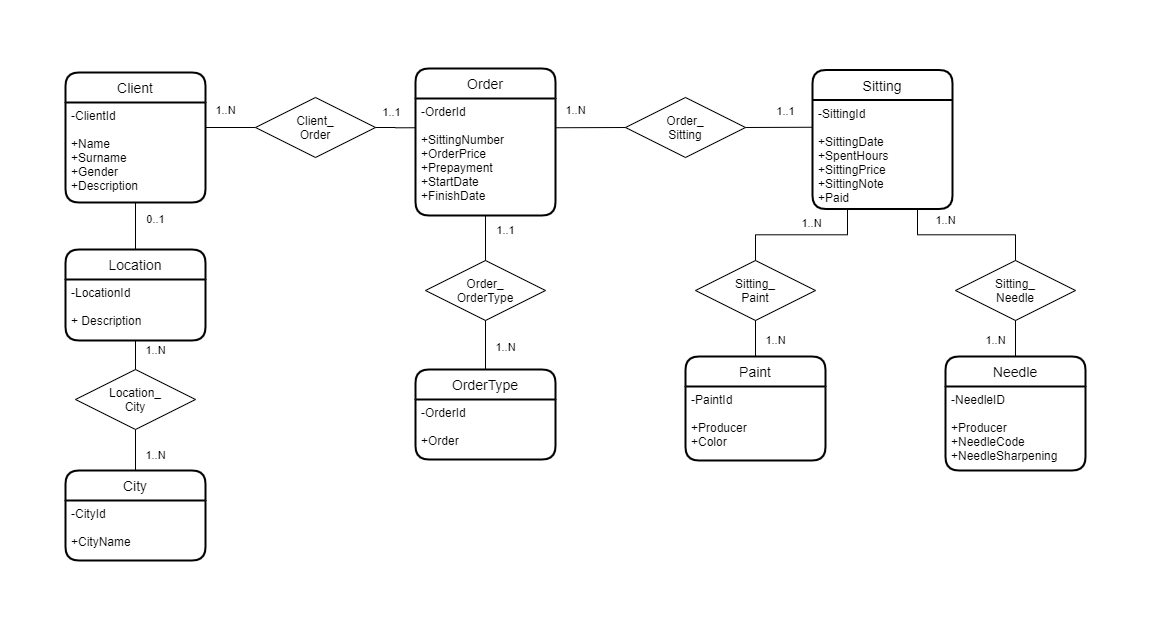
This is src/main/resources/database/EntityRelationship/MaxTattooER.png from Anathan24/MaxTattoo, a draw.io export, as it was before one commit. Source tidied: cells renumbered, new cells last; positions are measured from the earlier drawing's top-left corner, leaving out a move shared by most shapes.
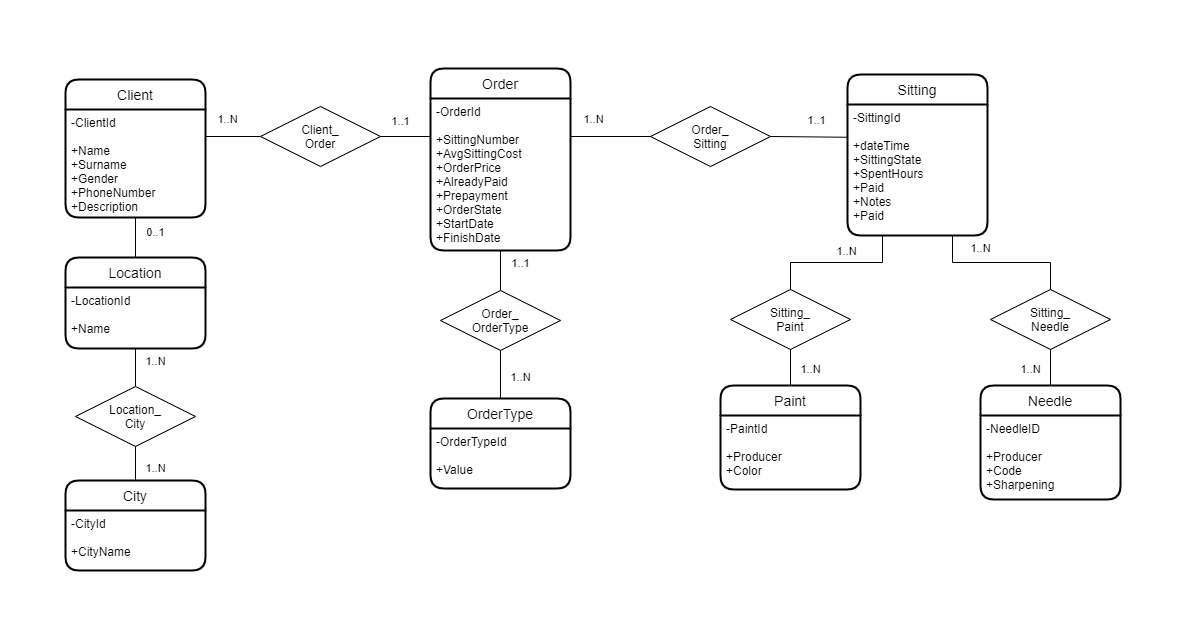
Above is the later version.

Commit message:
Aggiornamento schemi ER

Change to the diagram source:
```diff
@@ -9,37 +9,37 @@
       <mxGeometry x="0.2" y="16" relative="1" as="geometry" />
     </mxCell>
     <mxCell id="4" value="Client" style="swimlane;horizontal=1;startSize=30;rounded=1;fontSize=14;fontStyle=0;strokeWidth=2;shadow=0;dashed=0;align=center;" parent="1" vertex="1">
-      <mxGeometry x="65" y="72" width="140" height="130" as="geometry" />
+      <mxGeometry x="55" y="79" width="140" height="138" as="geometry" />
     </mxCell>
-    <mxCell id="5" value="-ClientId&#10;&#10;+Name&#10;+Surname&#10;+Gender&#10;+Description" style="align=left;strokeColor=none;fillColor=none;spacingLeft=4;fontSize=12;verticalAlign=top;" parent="4" vertex="1">
-      <mxGeometry y="30" width="140" height="100" as="geometry" />
+    <mxCell id="5" value="-ClientId&#10;&#10;+Name&#10;+Surname&#10;+Gender&#10;+PhoneNumber&#10;+Description" style="align=left;strokeColor=none;fillColor=none;spacingLeft=4;fontSize=12;verticalAlign=top;" parent="4" vertex="1">
+      <mxGeometry y="30" width="140" height="108" as="geometry" />
     </mxCell>
     <mxCell id="6" value="Sitting" style="swimlane;horizontal=1;startSize=30;rounded=1;fontSize=14;fontStyle=0;strokeWidth=2;shadow=0;dashed=0;align=center;" parent="1" vertex="1">
-      <mxGeometry x="812" y="69.5" width="140" height="139" as="geometry" />
+      <mxGeometry x="837" y="74" width="140" height="161" as="geometry" />
     </mxCell>
-    <mxCell id="7" value="-SittingId&#10;&#10;+SittingDate&#10;+SpentHours&#10;+SittingPrice&#10;+SittingNote&#10;+Paid" style="align=left;strokeColor=none;fillColor=none;spacingLeft=4;fontSize=12;verticalAlign=top;" parent="6" vertex="1">
-      <mxGeometry y="30" width="140" height="109" as="geometry" />
+    <mxCell id="7" value="-SittingId&#10;&#10;+dateTime&#10;+SittingState&#10;+SpentHours&#10;+Paid&#10;+Notes&#10;+Paid" style="align=left;strokeColor=none;fillColor=none;spacingLeft=4;fontSize=12;verticalAlign=top;" parent="6" vertex="1">
+      <mxGeometry y="30" width="140" height="131" as="geometry" />
     </mxCell>
     <mxCell id="8" value="Order" style="swimlane;horizontal=1;startSize=30;rounded=1;fontSize=14;fontStyle=0;strokeWidth=2;shadow=0;dashed=0;align=center;" parent="1" vertex="1">
-      <mxGeometry x="415" y="68" width="140" height="147" as="geometry" />
+      <mxGeometry x="420" y="68" width="140" height="182" as="geometry" />
     </mxCell>
-    <mxCell id="9" value="-OrderId&#10;&#10;+SittingNumber&#10;+OrderPrice&#10;+Prepayment&#10;+StartDate&#10;+FinishDate" style="align=left;strokeColor=none;fillColor=none;spacingLeft=4;fontSize=12;verticalAlign=top;" parent="8" vertex="1">
-      <mxGeometry y="30" width="140" height="117" as="geometry" />
+    <mxCell id="9" value="-OrderId&#10;&#10;+SittingNumber&#10;+AvgSittingCost&#10;+OrderPrice&#10;+AlreadyPaid&#10;+Prepayment&#10;+OrderState&#10;+StartDate&#10;+FinishDate" style="align=left;strokeColor=none;fillColor=none;spacingLeft=4;fontSize=12;verticalAlign=top;" parent="8" vertex="1">
+      <mxGeometry y="30" width="140" height="152" as="geometry" />
     </mxCell>
     <mxCell id="10" value="Order_&lt;br&gt;Sitting" style="shape=rhombus;perimeter=rhombusPerimeter;whiteSpace=wrap;html=1;align=center;" parent="1" vertex="1">
-      <mxGeometry x="625" y="97" width="120" height="60" as="geometry" />
+      <mxGeometry x="640" y="106" width="120" height="60" as="geometry" />
     </mxCell>
     <mxCell id="11" value="Client_&lt;br&gt;Order" style="shape=rhombus;perimeter=rhombusPerimeter;whiteSpace=wrap;html=1;align=center;" parent="1" vertex="1">
-      <mxGeometry x="255" y="97" width="120" height="60" as="geometry" />
+      <mxGeometry x="250" y="106" width="120" height="60" as="geometry" />
     </mxCell>
     <mxCell id="12" value="1..1" style="endArrow=none;html=1;rounded=0;exitX=1;exitY=0.5;exitDx=0;exitDy=0;edgeStyle=orthogonalEdgeStyle;entryX=0;entryY=0.25;entryDx=0;entryDy=0;" parent="1" edge="1" source="11" target="9">
       <mxGeometry x="-0.2" y="15" relative="1" as="geometry" />
     </mxCell>
-    <mxCell id="13" value="1..N" style="endArrow=none;html=1;rounded=0;entryX=0;entryY=0.5;entryDx=0;entryDy=0;exitX=1;exitY=0.25;exitDx=0;exitDy=0;" parent="1" edge="1" source="9" target="10">
+    <mxCell id="13" value="1..N" style="endArrow=none;html=1;rounded=0;exitX=1;exitY=0.25;exitDx=0;exitDy=0;entryX=0;entryY=0.5;entryDx=0;entryDy=0;" parent="1" edge="1" source="9" target="10">
       <mxGeometry x="-0.43" y="17" relative="1" as="geometry" />
     </mxCell>
     <mxCell id="14" value="City" style="swimlane;horizontal=1;startSize=30;rounded=1;fontSize=14;fontStyle=0;strokeWidth=2;shadow=0;dashed=0;align=center;" parent="1" vertex="1">
-      <mxGeometry x="65" y="470" width="140" height="90" as="geometry" />
+      <mxGeometry x="55" y="480" width="140" height="90" as="geometry" />
     </mxCell>
     <mxCell id="15" value="-CityId&#10;&#10;+CityName" style="align=left;strokeColor=none;fillColor=none;spacingLeft=4;fontSize=12;verticalAlign=top;" parent="14" vertex="1">
       <mxGeometry y="30" width="140" height="60" as="geometry" />
@@ -51,22 +51,22 @@
       <mxGeometry x="-0.29" y="-20" relative="1" as="geometry" />
     </mxCell>
     <mxCell id="18" value="Paint" style="swimlane;horizontal=1;startSize=30;rounded=1;fontSize=14;fontStyle=0;strokeWidth=2;shadow=0;dashed=0;align=center;" parent="1" vertex="1">
-      <mxGeometry x="685" y="356" width="140" height="104" as="geometry" />
+      <mxGeometry x="710" y="385" width="140" height="104" as="geometry" />
     </mxCell>
     <mxCell id="19" value="-PaintId&#10;&#10;+Producer&#10;+Color&#10;" style="align=left;strokeColor=none;fillColor=none;spacingLeft=4;fontSize=12;verticalAlign=top;" parent="18" vertex="1">
       <mxGeometry y="30" width="140" height="74" as="geometry" />
     </mxCell>
     <mxCell id="20" value="Needle" style="swimlane;horizontal=1;startSize=30;rounded=1;fontSize=14;fontStyle=0;strokeWidth=2;shadow=0;dashed=0;align=center;" parent="1" vertex="1">
-      <mxGeometry x="945" y="356" width="140" height="114" as="geometry" />
+      <mxGeometry x="970" y="385" width="140" height="114" as="geometry" />
     </mxCell>
-    <mxCell id="21" value="-NeedleID&#10;&#10;+Producer&#10;+NeedleCode&#10;+NeedleSharpening" style="align=left;strokeColor=none;fillColor=none;spacingLeft=4;fontSize=12;verticalAlign=top;" parent="20" vertex="1">
+    <mxCell id="21" value="-NeedleID&#10;&#10;+Producer&#10;+Code&#10;+Sharpening" style="align=left;strokeColor=none;fillColor=none;spacingLeft=4;fontSize=12;verticalAlign=top;" parent="20" vertex="1">
       <mxGeometry y="30" width="140" height="84" as="geometry" />
     </mxCell>
     <mxCell id="22" value="Sitting_&lt;br&gt;Paint" style="shape=rhombus;perimeter=rhombusPerimeter;whiteSpace=wrap;html=1;align=center;" parent="1" vertex="1">
-      <mxGeometry x="695" y="260" width="120" height="60" as="geometry" />
+      <mxGeometry x="720" y="289" width="120" height="60" as="geometry" />
     </mxCell>
     <mxCell id="23" value="Sitting_&lt;br&gt;Needle" style="shape=rhombus;perimeter=rhombusPerimeter;whiteSpace=wrap;html=1;align=center;" parent="1" vertex="1">
-      <mxGeometry x="955" y="260" width="120" height="60" as="geometry" />
+      <mxGeometry x="980" y="289" width="120" height="60" as="geometry" />
     </mxCell>
     <mxCell id="24" value="1..N" style="endArrow=none;html=1;rounded=0;exitX=0.75;exitY=1;exitDx=0;exitDy=0;entryX=0.5;entryY=0;entryDx=0;entryDy=0;edgeStyle=orthogonalEdgeStyle;" parent="1" edge="1" source="7" target="23">
       <mxGeometry x="-0.28" y="14" relative="1" as="geometry" />
@@ -81,13 +81,13 @@
       <mxGeometry x="-0.11" y="-20" relative="1" as="geometry" />
     </mxCell>
     <mxCell id="28" value="OrderType" style="swimlane;horizontal=1;startSize=30;rounded=1;fontSize=14;fontStyle=0;strokeWidth=2;shadow=0;dashed=0;align=center;" parent="1" vertex="1">
-      <mxGeometry x="415" y="369" width="140" height="90" as="geometry" />
+      <mxGeometry x="420" y="398" width="140" height="90" as="geometry" />
     </mxCell>
-    <mxCell id="29" value="-OrderId&#10;&#10;+Order" style="align=left;strokeColor=none;fillColor=none;spacingLeft=4;fontSize=12;verticalAlign=top;" parent="28" vertex="1">
+    <mxCell id="29" value="-OrderTypeId&#10;&#10;+Value" style="align=left;strokeColor=none;fillColor=none;spacingLeft=4;fontSize=12;verticalAlign=top;" parent="28" vertex="1">
       <mxGeometry y="30" width="140" height="60" as="geometry" />
     </mxCell>
     <mxCell id="30" value="Order_&lt;br&gt;OrderType" style="shape=rhombus;perimeter=rhombusPerimeter;whiteSpace=wrap;html=1;align=center;" parent="1" vertex="1">
-      <mxGeometry x="425" y="260" width="120" height="60" as="geometry" />
+      <mxGeometry x="430" y="290" width="120" height="60" as="geometry" />
     </mxCell>
     <mxCell id="31" value="1..1" style="endArrow=none;html=1;rounded=0;exitX=0.5;exitY=0;exitDx=0;exitDy=0;entryX=0.5;entryY=1;entryDx=0;entryDy=0;" parent="1" edge="1" source="30" target="9">
       <mxGeometry x="0.33" y="-20" relative="1" as="geometry" />
@@ -96,25 +96,25 @@
       <mxGeometry x="-0.11" y="-20" relative="1" as="geometry" />
     </mxCell>
     <mxCell id="33" value="&amp;nbsp;" style="text;html=1;align=center;verticalAlign=middle;" parent="1" vertex="1">
-      <mxGeometry x="1139" y="280" width="20" height="20" as="geometry" />
+      <mxGeometry x="1164" y="309" width="20" height="20" as="geometry" />
     </mxCell>
     <mxCell id="34" value="&amp;nbsp;" style="text;html=1;align=center;verticalAlign=middle;" parent="1" vertex="1">
-      <mxGeometry x="585" y="610" width="20" height="20" as="geometry" />
+      <mxGeometry x="575" y="610" width="20" height="20" as="geometry" />
     </mxCell>
     <mxCell id="35" value="&amp;nbsp;" style="text;html=1;align=center;verticalAlign=middle;" parent="1" vertex="1">
-      <mxGeometry y="280" width="20" height="20" as="geometry" />
+      <mxGeometry x="-10" y="280" width="20" height="20" as="geometry" />
     </mxCell>
     <mxCell id="36" value="&amp;nbsp;" style="text;html=1;align=center;verticalAlign=middle;" parent="1" vertex="1">
-      <mxGeometry x="565" width="20" height="20" as="geometry" />
+      <mxGeometry x="555" width="20" height="20" as="geometry" />
     </mxCell>
     <mxCell id="37" value="Location" style="swimlane;horizontal=1;startSize=30;rounded=1;fontSize=14;fontStyle=0;strokeWidth=2;shadow=0;dashed=0;align=center;" parent="1" vertex="1">
-      <mxGeometry x="65" y="249" width="140" height="91" as="geometry" />
+      <mxGeometry x="55" y="257" width="140" height="91" as="geometry" />
     </mxCell>
-    <mxCell id="38" value="-LocationId&#10;&#10;+ Description" style="align=left;strokeColor=none;fillColor=none;spacingLeft=4;fontSize=12;verticalAlign=top;" parent="37" vertex="1">
+    <mxCell id="38" value="-LocationId&#10;&#10;+Name" style="align=left;strokeColor=none;fillColor=none;spacingLeft=4;fontSize=12;verticalAlign=top;" parent="37" vertex="1">
       <mxGeometry y="30" width="140" height="61" as="geometry" />
     </mxCell>
     <mxCell id="39" value="Location_&lt;br&gt;City" style="shape=rhombus;perimeter=rhombusPerimeter;whiteSpace=wrap;html=1;align=center;" parent="1" vertex="1">
-      <mxGeometry x="75" y="369" width="120" height="60" as="geometry" />
+      <mxGeometry x="65" y="386" width="120" height="60" as="geometry" />
     </mxCell>
     <mxCell id="40" value="1..N" style="endArrow=none;html=1;rounded=0;entryX=0.5;entryY=1;entryDx=0;entryDy=0;exitX=0.5;exitY=0;exitDx=0;exitDy=0;" parent="1" edge="1" source="39" target="38">
       <mxGeometry x="0.3" y="-20" relative="1" as="geometry" />
```
